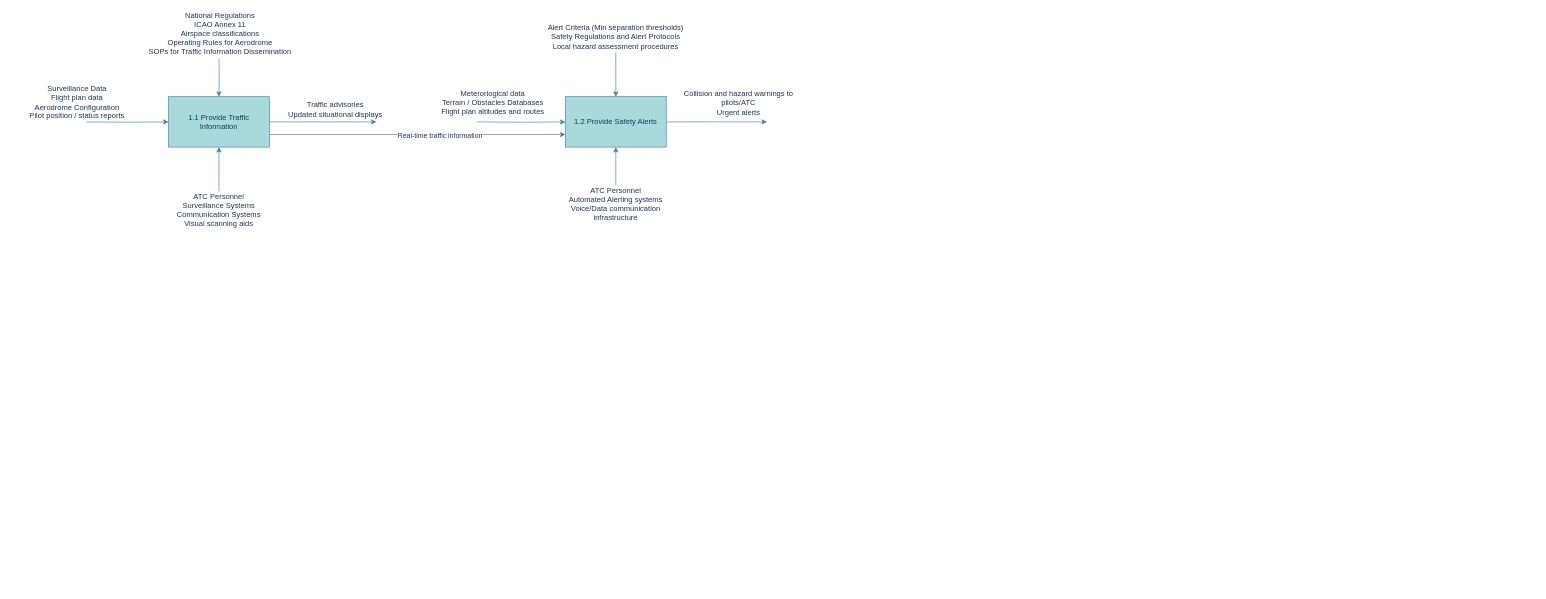
This is iDEF0_ASYS-106.drawio from mjgardner87/ASA_FBD, a draw.io file, before an edit. Source tidied: cells renumbered, new cells numbered last; positions are measured from the earlier drawing's top-left corner, leaving out a move shared by most shapes. Both pictures are drawn from the tidied source at 63%, with x=0, y=0 at pixel (11, 21).
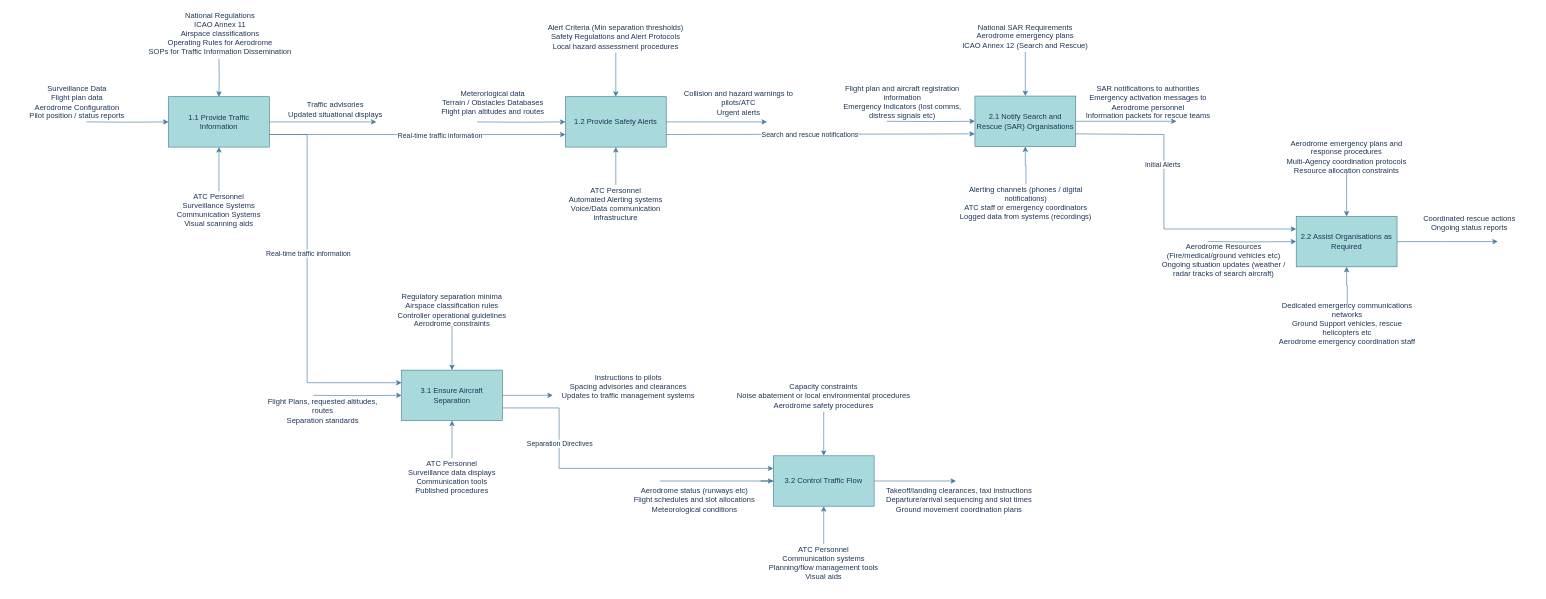
Above is the later version.

The change refers to these unchanged cells:
```xml
<mxCell id="4" value="1.1 Provide Traffic Information" style="rounded=0;whiteSpace=wrap;html=1;labelBackgroundColor=none;fillColor=#A8DADC;strokeColor=#457B9D;fontColor=#1D3557;" parent="3" vertex="1">
  <mxGeometry x="100" y="80" width="160" height="80" as="geometry" />
</mxCell>
<mxCell id="16" value="1.2 Provide Safety Alerts" style="rounded=0;whiteSpace=wrap;html=1;labelBackgroundColor=none;fillColor=#A8DADC;strokeColor=#457B9D;fontColor=#1D3557;" parent="15" vertex="1">
  <mxGeometry x="110" y="80" width="160" height="80" as="geometry" />
</mxCell>
```

What changed in the source:
```diff
@@
+    <mxCell id="28" style="group;labelBackgroundColor=none;fontColor=#1D3557;" parent="1" vertex="1">
+      <mxGeometry x="1310" y="39" width="590" height="290" as="geometry" />
+    </mxCell>
+    <mxCell id="29" style="group;labelBackgroundColor=none;fontColor=#1D3557;" parent="28" vertex="1">
+      <mxGeometry x="110" width="480" height="290" as="geometry" />
+    </mxCell>
+    <mxCell id="30" value="2.1 Notify Search and Rescue (SAR) Organisations" style="rounded=0;whiteSpace=wrap;html=1;labelBackgroundColor=none;fillColor=#A8DADC;strokeColor=#457B9D;fontColor=#1D3557;" parent="29" vertex="1">
+      <mxGeometry x="110" y="80" width="160" height="80" as="geometry" />
+    </mxCell>
+    <mxCell id="31" style="edgeStyle=orthogonalEdgeStyle;rounded=0;jettySize=auto;html=1;strokeColor=#457B9D;fontColor=default;fillColor=#A8DADC;labelBackgroundColor=none;" parent="29" edge="1" source="32" target="30">
+      <mxGeometry relative="1" as="geometry" />
+    </mxCell>
+    <mxCell id="32" value="Alerting channels (phones / digital notifications)&lt;br&gt;ATC staff or emergency coordinators&lt;br&gt;Logged data from systems (recordings)" style="text;html=1;align=center;verticalAlign=middle;whiteSpace=wrap;rounded=0;labelBackgroundColor=none;fontColor=#1D3557;" parent="29" vertex="1">
+      <mxGeometry x="81" y="220" width="220" height="60" as="geometry" />
+    </mxCell>
+    <mxCell id="33" value="SAR notifications to authorities&lt;br&gt;Emergency activation messages to Aerodrome personnel&lt;br&gt;Information packets for rescue teams" style="text;html=1;align=center;verticalAlign=middle;whiteSpace=wrap;rounded=0;labelBackgroundColor=none;fontColor=#1D3557;" parent="29" vertex="1">
+      <mxGeometry x="280" y="70" width="210" height="40" as="geometry" />
+    </mxCell>
+    <mxCell id="34" value="Flight plan and aircraft registration information&lt;br&gt;Emergency Indicators (lost comms, distress signals etc)" style="text;html=1;align=center;verticalAlign=middle;whiteSpace=wrap;rounded=0;labelBackgroundColor=none;fontColor=#1D3557;" parent="29" vertex="1">
+      <mxGeometry x="-110" y="50" width="210" height="77" as="geometry" />
+    </mxCell>
+    <mxCell id="35" value="National SAR Requirements&lt;br&gt;Aerodrome emergency plans&lt;br&gt;ICAO Annex 12 (Search and Rescue)" style="text;html=1;align=center;verticalAlign=middle;whiteSpace=wrap;rounded=0;labelBackgroundColor=none;fontColor=#1D3557;" parent="29" vertex="1">
+      <mxGeometry x="75" y="-40" width="230" height="50" as="geometry" />
+    </mxCell>
+    <mxCell id="36" style="edgeStyle=orthogonalEdgeStyle;rounded=0;jettySize=auto;html=1;strokeColor=#457B9D;align=center;verticalAlign=middle;fontFamily=Helvetica;fontSize=11;fontColor=default;labelBackgroundColor=none;endArrow=classic;fillColor=#A8DADC;" parent="29" edge="1" source="35">
+      <mxGeometry relative="1" as="geometry">
+        <mxPoint x="190" y="80" as="targetPoint" />
+      </mxGeometry>
+    </mxCell>
+    <mxCell id="37" style="edgeLabel;html=1;align=center;verticalAlign=middle;strokeColor=#457B9D;fontColor=#1D3557;fillColor=#A8DADC;" parent="36" vertex="1">
+      <mxGeometry x="-0.47" y="-2" relative="1" as="geometry" />
+    </mxCell>
+    <mxCell id="38" style="endArrow=classic;html=1;rounded=0;exitX=1;exitY=0.5;exitDx=0;exitDy=0;strokeColor=#457B9D;align=center;verticalAlign=middle;fontFamily=Helvetica;fontSize=11;fontColor=default;labelBackgroundColor=none;edgeStyle=orthogonalEdgeStyle;fillColor=#A8DADC;" parent="28" edge="1" source="30">
+      <mxGeometry relative="1" as="geometry">
+        <mxPoint x="540" y="120" as="targetPoint" />
+      </mxGeometry>
+    </mxCell>
+    <mxCell id="39" style="edgeStyle=orthogonalEdgeStyle;rounded=0;jettySize=auto;html=1;strokeColor=#457B9D;fontColor=default;fillColor=#A8DADC;labelBackgroundColor=none;" parent="28" edge="1" target="30">
+      <mxGeometry relative="1" as="geometry">
+        <mxPoint x="80" y="120" as="sourcePoint" />
+      </mxGeometry>
+    </mxCell>
+    <mxCell id="40" style="endArrow=classic;html=1;rounded=0;strokeColor=#457B9D;fontColor=#1D3557;fillColor=#A8DADC;entryX=0;entryY=0.75;entryDx=0;entryDy=0;exitX=1;exitY=0.75;exitDx=0;exitDy=0;" parent="1" edge="1" source="16" target="30">
+      <mxGeometry relative="1" as="geometry" />
+    </mxCell>
+    <mxCell id="41" value="Search and rescue notifications" style="edgeLabel;html=1;align=center;verticalAlign=middle;strokeColor=#457B9D;fontColor=#1D3557;fillColor=#A8DADC;" parent="40" vertex="1">
+      <mxGeometry x="-0.07" relative="1" as="geometry" />
+    </mxCell>
+    <mxCell id="42" style="group;labelBackgroundColor=none;fontColor=#1D3557;" parent="1" vertex="1">
+      <mxGeometry x="1820" y="230" width="590" height="290" as="geometry" />
+    </mxCell>
+    <mxCell id="43" style="group;labelBackgroundColor=none;fontColor=#1D3557;" parent="42" vertex="1">
+      <mxGeometry x="110" width="480" height="290" as="geometry" />
+    </mxCell>
+    <mxCell id="44" value="2.2 Assist Organisations as Required" style="rounded=0;whiteSpace=wrap;html=1;labelBackgroundColor=none;fillColor=#A8DADC;strokeColor=#457B9D;fontColor=#1D3557;" parent="43" vertex="1">
+      <mxGeometry x="110" y="80" width="160" height="80" as="geometry" />
+    </mxCell>
+    <mxCell id="45" style="edgeStyle=orthogonalEdgeStyle;rounded=0;jettySize=auto;html=1;strokeColor=#457B9D;fontColor=default;fillColor=#A8DADC;labelBackgroundColor=none;" parent="43" edge="1" source="46" target="44">
+      <mxGeometry relative="1" as="geometry" />
+    </mxCell>
+    <mxCell id="46" value="Dedicated emergency communications networks&lt;br&gt;Ground Support vehicles, rescue helicopters etc&lt;br&gt;Aerodrome emergency coordination staff" style="text;html=1;align=center;verticalAlign=middle;whiteSpace=wrap;rounded=0;labelBackgroundColor=none;fontColor=#1D3557;" parent="43" vertex="1">
+      <mxGeometry x="81" y="220" width="220" height="60" as="geometry" />
+    </mxCell>
+    <mxCell id="47" value="Coordinated rescue actions&lt;br&gt;Ongoing status reports" style="text;html=1;align=center;verticalAlign=middle;whiteSpace=wrap;rounded=0;labelBackgroundColor=none;fontColor=#1D3557;" parent="43" vertex="1">
+      <mxGeometry x="280" y="70" width="210" height="40" as="geometry" />
+    </mxCell>
+    <mxCell id="48" value="Aerodrome emergency plans and response procedures&lt;br&gt;Multi-Agency coordination protocols&lt;br&gt;Resource allocation constraints" style="text;html=1;align=center;verticalAlign=middle;whiteSpace=wrap;rounded=0;labelBackgroundColor=none;fontColor=#1D3557;" parent="43" vertex="1">
+      <mxGeometry x="75" y="-40" width="230" height="50" as="geometry" />
+    </mxCell>
+    <mxCell id="49" style="edgeStyle=orthogonalEdgeStyle;rounded=0;jettySize=auto;html=1;strokeColor=#457B9D;align=center;verticalAlign=middle;fontFamily=Helvetica;fontSize=11;fontColor=default;labelBackgroundColor=none;endArrow=classic;fillColor=#A8DADC;" parent="43" edge="1" source="48">
+      <mxGeometry relative="1" as="geometry">
+        <mxPoint x="190" y="80" as="targetPoint" />
+      </mxGeometry>
+    </mxCell>
+    <mxCell id="50" style="edgeLabel;html=1;align=center;verticalAlign=middle;strokeColor=#457B9D;fontColor=#1D3557;fillColor=#A8DADC;" parent="49" vertex="1">
+      <mxGeometry x="-0.47" y="-2" relative="1" as="geometry" />
+    </mxCell>
+    <mxCell id="51" style="endArrow=classic;html=1;rounded=0;exitX=1;exitY=0.5;exitDx=0;exitDy=0;strokeColor=#457B9D;align=center;verticalAlign=middle;fontFamily=Helvetica;fontSize=11;fontColor=default;labelBackgroundColor=none;edgeStyle=orthogonalEdgeStyle;fillColor=#A8DADC;" parent="42" edge="1" source="44">
+      <mxGeometry relative="1" as="geometry">
+        <mxPoint x="540" y="120" as="targetPoint" />
+      </mxGeometry>
+    </mxCell>
+    <mxCell id="52" style="edgeStyle=orthogonalEdgeStyle;rounded=0;jettySize=auto;html=1;strokeColor=#457B9D;fontColor=default;fillColor=#A8DADC;labelBackgroundColor=none;" parent="42" edge="1" target="44">
+      <mxGeometry relative="1" as="geometry">
+        <mxPoint x="80" y="120" as="sourcePoint" />
+      </mxGeometry>
+    </mxCell>
+    <mxCell id="53" value="Aerodrome Resources (Fire/medical/ground vehicles etc)&lt;br&gt;Ongoing situation updates (weather / radar tracks of search aircraft)" style="text;html=1;align=center;verticalAlign=middle;whiteSpace=wrap;rounded=0;labelBackgroundColor=none;fontColor=#1D3557;" parent="42" vertex="1">
+      <mxGeometry y="110" width="210" height="77" as="geometry" />
+    </mxCell>
+    <mxCell id="54" style="endArrow=classic;html=1;rounded=0;strokeColor=#457B9D;fontColor=#1D3557;fillColor=#A8DADC;entryX=0;entryY=0.25;entryDx=0;entryDy=0;exitX=1;exitY=0.75;exitDx=0;exitDy=0;" parent="1" edge="1" source="30" target="44">
+      <mxGeometry relative="1" as="geometry">
+        <Array as="points">
+          <mxPoint x="1830" y="180" />
+          <mxPoint x="1830" y="330" />
+        </Array>
+      </mxGeometry>
+    </mxCell>
+    <mxCell id="55" value="Initial Alerts" style="edgeLabel;html=1;align=center;verticalAlign=middle;strokeColor=#457B9D;fontColor=#1D3557;fillColor=#A8DADC;" parent="54" vertex="1">
+      <mxGeometry x="-0.25" y="-3" relative="1" as="geometry" />
+    </mxCell>
+    <mxCell id="56" style="group;labelBackgroundColor=none;fontColor=#1D3557;" parent="1" vertex="1">
+      <mxGeometry x="400" y="474" width="690" height="290" as="geometry" />
+    </mxCell>
+    <mxCell id="57" style="group;labelBackgroundColor=none;fontColor=#1D3557;" parent="56" vertex="1">
+      <mxGeometry x="110" width="580" height="290" as="geometry" />
+    </mxCell>
+    <mxCell id="58" value="3.1 Ensure Aircraft Separation" style="rounded=0;whiteSpace=wrap;html=1;labelBackgroundColor=none;fillColor=#A8DADC;strokeColor=#457B9D;fontColor=#1D3557;" parent="57" vertex="1">
+      <mxGeometry x="110" y="80" width="160" height="80" as="geometry" />
+    </mxCell>
+    <mxCell id="59" style="edgeStyle=orthogonalEdgeStyle;rounded=0;jettySize=auto;html=1;strokeColor=#457B9D;fontColor=default;fillColor=#A8DADC;labelBackgroundColor=none;" parent="57" edge="1" source="60" target="58">
+      <mxGeometry relative="1" as="geometry" />
+    </mxCell>
+    <mxCell id="60" value="ATC Personnel&lt;br&gt;Surveillance data displays&lt;br&gt;Communication tools&lt;br&gt;Published procedures" style="text;html=1;align=center;verticalAlign=middle;whiteSpace=wrap;rounded=0;labelBackgroundColor=none;fontColor=#1D3557;" parent="57" vertex="1">
+      <mxGeometry x="90" y="220" width="200" height="60" as="geometry" />
+    </mxCell>
+    <mxCell id="61" value="Regulatory separation minima&lt;br&gt;Airspace classification rules&lt;br&gt;Controller operational guidelines&lt;br&gt;Aerodrome constraints" style="text;html=1;align=center;verticalAlign=middle;whiteSpace=wrap;rounded=0;labelBackgroundColor=none;fontColor=#1D3557;" parent="57" vertex="1">
+      <mxGeometry x="75" y="-40" width="230" height="50" as="geometry" />
+    </mxCell>
+    <mxCell id="62" style="edgeStyle=orthogonalEdgeStyle;rounded=0;jettySize=auto;html=1;strokeColor=#457B9D;align=center;verticalAlign=middle;fontFamily=Helvetica;fontSize=11;fontColor=default;labelBackgroundColor=none;endArrow=classic;fillColor=#A8DADC;" parent="57" edge="1" source="61">
+      <mxGeometry relative="1" as="geometry">
+        <mxPoint x="190" y="80" as="targetPoint" />
+      </mxGeometry>
+    </mxCell>
+    <mxCell id="63" style="edgeLabel;html=1;align=center;verticalAlign=middle;strokeColor=#457B9D;fontColor=#1D3557;fillColor=#A8DADC;" parent="62" vertex="1">
+      <mxGeometry x="-0.47" y="-2" relative="1" as="geometry" />
+    </mxCell>
+    <mxCell id="64" value="Instructions to pilots&lt;br&gt;Spacing advisories and clearances&lt;br&gt;Updates to traffic management systems" style="text;html=1;align=center;verticalAlign=middle;whiteSpace=wrap;rounded=0;labelBackgroundColor=none;fontColor=#1D3557;" parent="57" vertex="1">
+      <mxGeometry x="360" y="86" width="220" height="40" as="geometry" />
+    </mxCell>
+    <mxCell id="65" style="endArrow=classic;html=1;rounded=0;exitX=1;exitY=0.5;exitDx=0;exitDy=0;strokeColor=#457B9D;align=center;verticalAlign=middle;fontFamily=Helvetica;fontSize=11;fontColor=default;labelBackgroundColor=none;edgeStyle=orthogonalEdgeStyle;fillColor=#A8DADC;" parent="56" edge="1" source="58">
+      <mxGeometry relative="1" as="geometry">
+        <mxPoint x="460" y="120" as="targetPoint" />
+      </mxGeometry>
+    </mxCell>
+    <mxCell id="66" style="edgeStyle=orthogonalEdgeStyle;rounded=0;jettySize=auto;html=1;strokeColor=#457B9D;fontColor=default;fillColor=#A8DADC;labelBackgroundColor=none;" parent="56" edge="1" target="58">
+      <mxGeometry relative="1" as="geometry">
+        <mxPoint x="80" y="120" as="sourcePoint" />
+      </mxGeometry>
+    </mxCell>
+    <mxCell id="67" value="Flight Plans, requested altitudes, routes&lt;br&gt;Separation standards" style="text;html=1;align=center;verticalAlign=middle;whiteSpace=wrap;rounded=0;labelBackgroundColor=none;fontColor=#1D3557;" parent="56" vertex="1">
+      <mxGeometry x="-10" y="106.5" width="210" height="77" as="geometry" />
+    </mxCell>
+    <mxCell id="68" style="endArrow=classic;html=1;rounded=0;strokeColor=#457B9D;fontColor=#1D3557;fillColor=#A8DADC;exitX=1;exitY=0.75;exitDx=0;exitDy=0;entryX=0;entryY=0.25;entryDx=0;entryDy=0;" parent="1" edge="1" source="4" target="58">
+      <mxGeometry relative="1" as="geometry">
+        <Array as="points">
+          <mxPoint x="470" y="180" />
+          <mxPoint x="470" y="574" />
+        </Array>
+      </mxGeometry>
+    </mxCell>
+    <mxCell id="69" value="Real-time traffic information" style="edgeLabel;html=1;align=center;verticalAlign=middle;strokeColor=#457B9D;fontColor=#1D3557;fillColor=#A8DADC;" parent="68" vertex="1">
+      <mxGeometry x="-0.18" y="1" relative="1" as="geometry" />
+    </mxCell>
+    <mxCell id="70" style="group;labelBackgroundColor=none;fontColor=#1D3557;" parent="1" vertex="1">
+      <mxGeometry x="1100" y="610" width="530" height="290" as="geometry" />
+    </mxCell>
+    <mxCell id="71" value="3.2 Control Traffic Flow" style="rounded=0;whiteSpace=wrap;html=1;labelBackgroundColor=none;fillColor=#A8DADC;strokeColor=#457B9D;fontColor=#1D3557;" parent="70" vertex="1">
+      <mxGeometry x="110" y="80" width="160" height="80" as="geometry" />
+    </mxCell>
+    <mxCell id="72" style="edgeStyle=orthogonalEdgeStyle;rounded=0;jettySize=auto;html=1;strokeColor=#457B9D;fontColor=default;fillColor=#A8DADC;labelBackgroundColor=none;" parent="70" edge="1" source="73" target="71">
+      <mxGeometry relative="1" as="geometry" />
+    </mxCell>
+    <mxCell id="73" value="ATC Personnel&lt;br&gt;Communication systems&lt;br&gt;Planning/flow management tools&lt;br&gt;Visual aids" style="text;html=1;align=center;verticalAlign=middle;whiteSpace=wrap;rounded=0;labelBackgroundColor=none;fontColor=#1D3557;" parent="70" vertex="1">
+      <mxGeometry x="90" y="220" width="200" height="60" as="geometry" />
+    </mxCell>
+    <mxCell id="74" value="Takeoff/landing clearances, taxi instructions&lt;br&gt;Departure/arrival sequencing and slot times&lt;br&gt;Ground movement coordination plans" style="text;html=1;align=center;verticalAlign=middle;whiteSpace=wrap;rounded=0;labelBackgroundColor=none;fontColor=#1D3557;" parent="70" vertex="1">
+      <mxGeometry x="280" y="130" width="250" height="40" as="geometry" />
+    </mxCell>
+    <mxCell id="75" value="Capacity constraints&lt;br&gt;Noise abatement or local environmental procedures&lt;br&gt;Aerodrome safety procedures" style="text;html=1;align=center;verticalAlign=middle;whiteSpace=wrap;rounded=0;labelBackgroundColor=none;fontColor=#1D3557;" parent="70" vertex="1">
+      <mxGeometry x="30" y="-40" width="320" height="50" as="geometry" />
+    </mxCell>
+    <mxCell id="76" style="edgeStyle=orthogonalEdgeStyle;rounded=0;jettySize=auto;html=1;strokeColor=#457B9D;align=center;verticalAlign=middle;fontFamily=Helvetica;fontSize=11;fontColor=default;labelBackgroundColor=none;endArrow=classic;fillColor=#A8DADC;" parent="70" edge="1" source="75">
+      <mxGeometry relative="1" as="geometry">
+        <mxPoint x="190" y="80" as="targetPoint" />
+      </mxGeometry>
+    </mxCell>
+    <mxCell id="77" style="edgeLabel;html=1;align=center;verticalAlign=middle;strokeColor=#457B9D;fontColor=#1D3557;fillColor=#A8DADC;" parent="76" vertex="1">
+      <mxGeometry x="-0.47" y="-2" relative="1" as="geometry" />
+    </mxCell>
+    <mxCell id="78" value="Aerodrome status (runways etc)&lt;br&gt;Flight schedules and slot allocations&lt;br&gt;Meteorological conditions" style="text;html=1;align=center;verticalAlign=middle;whiteSpace=wrap;rounded=0;labelBackgroundColor=none;fontColor=#1D3557;" parent="70" vertex="1">
+      <mxGeometry x="-120" y="110" width="210" height="80" as="geometry" />
+    </mxCell>
+    <mxCell id="79" style="edgeStyle=orthogonalEdgeStyle;rounded=0;jettySize=auto;html=1;strokeColor=#457B9D;fontColor=default;fillColor=#A8DADC;labelBackgroundColor=none;entryX=0;entryY=0.5;entryDx=0;entryDy=0;exitX=0.238;exitY=0.125;exitDx=0;exitDy=0;exitPerimeter=0;" parent="70" edge="1" source="78" target="71">
+      <mxGeometry relative="1" as="geometry" />
+    </mxCell>
+    <mxCell id="80" style="endArrow=classic;html=1;rounded=0;exitX=1;exitY=0.5;exitDx=0;exitDy=0;strokeColor=#457B9D;align=center;verticalAlign=middle;fontFamily=Helvetica;fontSize=11;fontColor=default;labelBackgroundColor=none;edgeStyle=orthogonalEdgeStyle;fillColor=#A8DADC;" parent="1" edge="1" source="71">
+      <mxGeometry relative="1" as="geometry">
+        <mxPoint x="1500" y="730" as="targetPoint" />
+      </mxGeometry>
+    </mxCell>
+    <mxCell id="81" style="endArrow=classic;html=1;rounded=0;strokeColor=#457B9D;fontColor=#1D3557;fillColor=#A8DADC;exitX=1;exitY=0.75;exitDx=0;exitDy=0;entryX=0;entryY=0.25;entryDx=0;entryDy=0;" parent="1" edge="1" source="58" target="71">
+      <mxGeometry relative="1" as="geometry">
+        <Array as="points">
+          <mxPoint x="870" y="614" />
+          <mxPoint x="870" y="710" />
+        </Array>
+      </mxGeometry>
+    </mxCell>
+    <mxCell id="82" value="Separation Directives" style="edgeLabel;html=1;align=center;verticalAlign=middle;strokeColor=#457B9D;fontColor=#1D3557;fillColor=#A8DADC;" parent="81" vertex="1">
+      <mxGeometry x="-0.24" y="-2" relative="1" as="geometry">
+        <mxPoint x="-14" y="-42" as="offset" />
+      </mxGeometry>
+    </mxCell>
```
